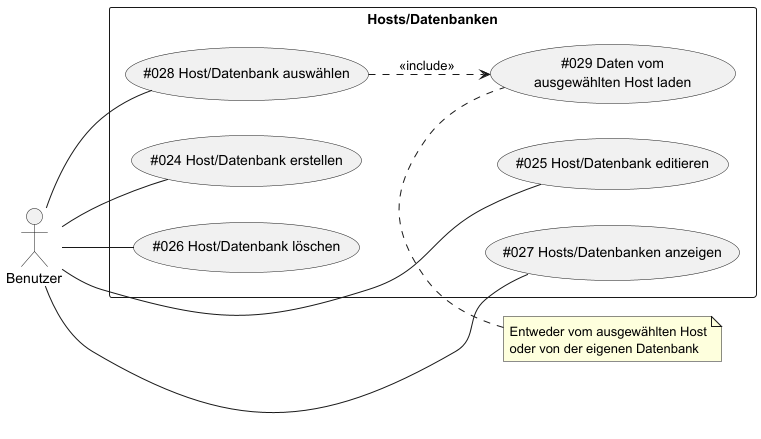
Before: data-integration-documentation/src/main/images/usecases/hosts.png, a diagram exported from PlantUML (TuncerCatalkaya/data-integration).
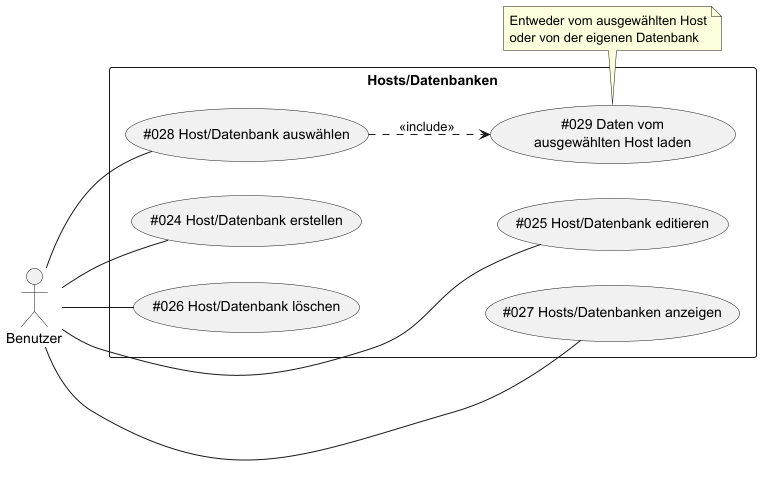
After the change.

Diff of the diagram source:
```diff
@@ -17,7 +17,7 @@
 Actor1 -- (UC24)
 Actor1 -- (UC25)
 Actor1 -- (UC26)
-Actor1 -- (UC27)
+Actor1 - (UC27)
 Actor1 -- (UC28)
 
 (UC28) ..> (UC29): <<include>>
```
